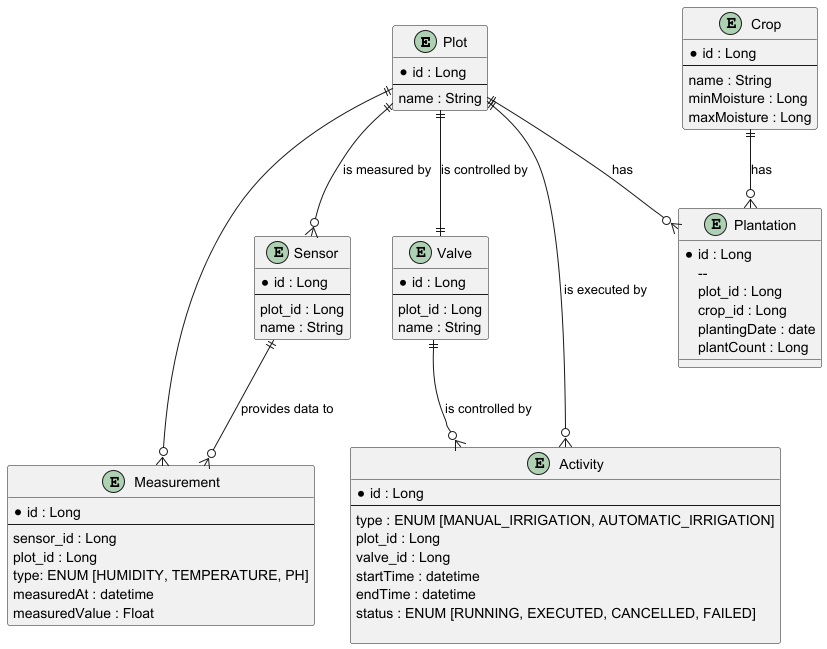
franebebic/Irrigation keeps this PlantUML diagram as docs/er-model.png. Above is the earlier version.
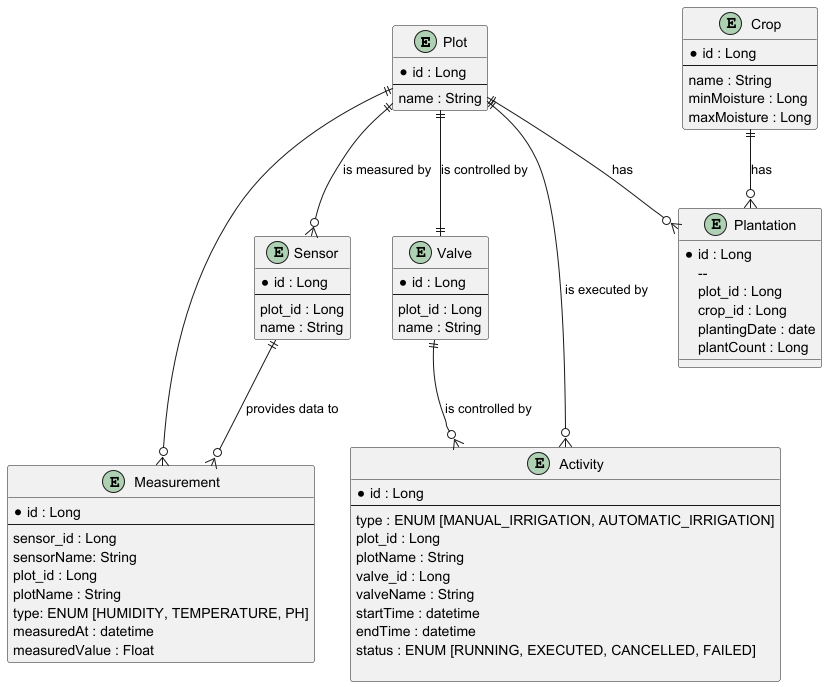
After the change.

Diff of the diagram source:
```diff
@@ -41,7 +41,9 @@
   * id : Long
   --
   sensor_id : Long
+  sensorName: String
   plot_id : Long
+  plotName : String
   type: ENUM [HUMIDITY, TEMPERATURE, PH]
   measuredAt : datetime
   measuredValue : Float
@@ -52,7 +54,9 @@
   --
   type : ENUM [MANUAL_IRRIGATION, AUTOMATIC_IRRIGATION]
   plot_id : Long
+  plotName : String
   valve_id : Long
+  valveName : String
   startTime : datetime
   endTime : datetime
   status : ENUM [RUNNING, EXECUTED, CANCELLED, FAILED]
```
